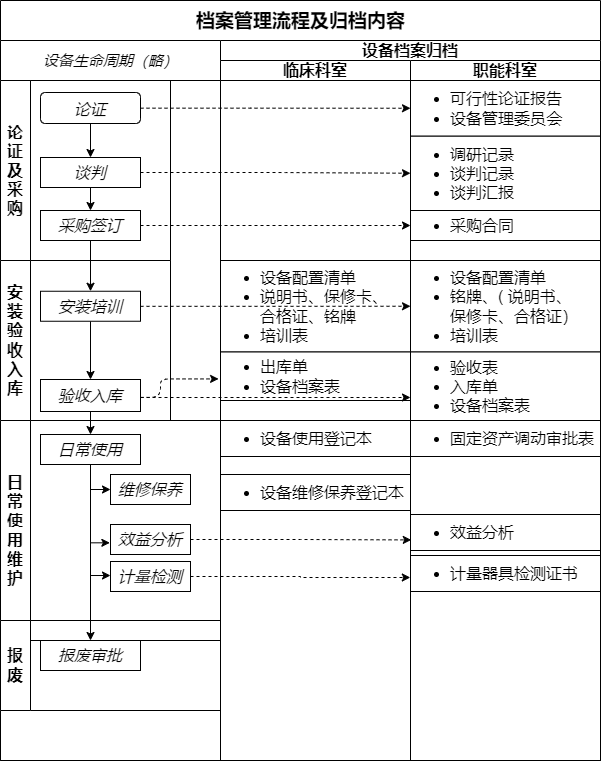
CN-DXTZ/CLRS keeps this draw.io diagram as 档案管理流程.png. Above is the earlier version. Source tidied: cells renumbered, new cells last; positions are measured from the earlier drawing's top-left corner, leaving out a move shared by most shapes.
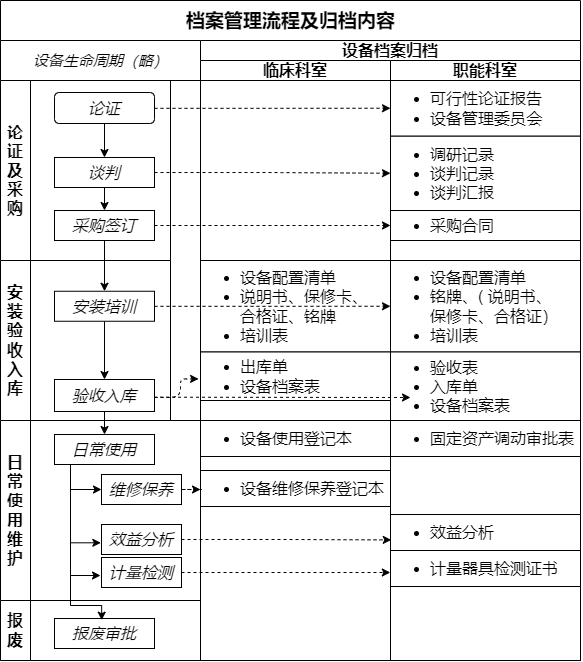
The same diagram one commit later.

Commit message:
更新档案管理流程.png

Change to the diagram source:
```diff
@@ -3,7 +3,7 @@
     <mxCell id="0" />
     <mxCell id="1" parent="0" />
     <mxCell id="2" value="&lt;font style=&quot;font-size: 19px;&quot;&gt;档案管理流程及归档内容&lt;/font&gt;" style="swimlane;html=1;startSize=40;rounded=0;shadow=0;labelBackgroundColor=none;strokeWidth=1;fontFamily=Verdana;fontSize=16;align=center;" parent="1" vertex="1">
-      <mxGeometry width="600" height="760" as="geometry" />
+      <mxGeometry width="580" height="660" as="geometry" />
     </mxCell>
     <mxCell id="3" style="edgeStyle=orthogonalEdgeStyle;rounded=1;jettySize=auto;html=1;entryX=0;entryY=0.5;entryDx=0;entryDy=0;dashed=1;fontSize=16;" parent="2" edge="1" source="8" target="37">
       <mxGeometry relative="1" as="geometry" />
@@ -12,16 +12,16 @@
       <mxGeometry relative="1" as="geometry" />
     </mxCell>
     <mxCell id="5" value="设备生命周期（略）" style="swimlane;html=1;startSize=40;align=center;fontSize=15;fontStyle=2;" parent="2" vertex="1">
-      <mxGeometry y="40" width="220" height="720" as="geometry" />
+      <mxGeometry y="40" width="200" height="620" as="geometry" />
     </mxCell>
     <mxCell id="6" value="&lt;p class=&quot;MsoNormal&quot; style=&quot;font-size: 16px;&quot;&gt;论证及采购&lt;/p&gt;" style="swimlane;whiteSpace=wrap;html=1;startSize=30;direction=north;fontSize=16;" parent="5" vertex="1">
       <mxGeometry y="40" width="170" height="180" as="geometry" />
     </mxCell>
     <mxCell id="7" value="论证" style="rounded=1;whiteSpace=wrap;html=1;shadow=0;labelBackgroundColor=none;strokeWidth=1;fontFamily=Verdana;fontSize=16;align=center;verticalAlign=middle;fontStyle=2;" parent="6" vertex="1">
-      <mxGeometry x="40" y="12" width="100" height="31" as="geometry" />
+      <mxGeometry x="54" y="12" width="100" height="31" as="geometry" />
     </mxCell>
     <mxCell id="8" value="谈判&lt;br style=&quot;font-size: 16px;&quot;&gt;" style="rounded=0;whiteSpace=wrap;html=1;fontSize=16;fontStyle=2;" parent="6" vertex="1">
-      <mxGeometry x="40" y="77" width="100" height="30" as="geometry" />
+      <mxGeometry x="54" y="77" width="100" height="30" as="geometry" />
     </mxCell>
     <mxCell id="9" style="edgeStyle=orthogonalEdgeStyle;rounded=0;orthogonalLoop=1;jettySize=auto;html=1;exitX=0.5;exitY=1;exitDx=0;exitDy=0;fontSize=16;" parent="6" edge="1" source="8" target="8">
       <mxGeometry relative="1" as="geometry" />
@@ -30,7 +30,7 @@
       <mxGeometry relative="1" as="geometry" />
     </mxCell>
     <mxCell id="11" value="采购签订" style="rounded=0;whiteSpace=wrap;html=1;fontSize=16;fontStyle=2;" parent="6" vertex="1">
-      <mxGeometry x="40" y="130" width="100" height="30" as="geometry" />
+      <mxGeometry x="54" y="130" width="100" height="30" as="geometry" />
     </mxCell>
     <mxCell id="12" style="edgeStyle=orthogonalEdgeStyle;rounded=0;jettySize=auto;html=1;entryX=0.5;entryY=0;entryDx=0;entryDy=0;fontSize=16;" parent="6" edge="1" source="8" target="11">
       <mxGeometry relative="1" as="geometry" />
@@ -42,59 +42,73 @@
       <mxGeometry relative="1" as="geometry" />
     </mxCell>
     <mxCell id="15" value="安装培训" style="rounded=0;whiteSpace=wrap;html=1;fontSize=16;fontStyle=2;" parent="13" vertex="1">
-      <mxGeometry x="40" y="30.8" width="100" height="30" as="geometry" />
+      <mxGeometry x="54" y="30.8" width="100" height="30" as="geometry" />
     </mxCell>
     <mxCell id="16" value="验收入库" style="rounded=0;whiteSpace=wrap;html=1;fontSize=16;fontStyle=2;" parent="13" vertex="1">
-      <mxGeometry x="40" y="119" width="100" height="32" as="geometry" />
+      <mxGeometry x="54" y="119" width="100" height="32" as="geometry" />
     </mxCell>
     <mxCell id="17" style="edgeStyle=orthogonalEdgeStyle;rounded=0;jettySize=auto;html=1;fontSize=16;" parent="5" edge="1" source="11" target="15">
       <mxGeometry relative="1" as="geometry" />
     </mxCell>
     <mxCell id="18" value="&lt;p class=&quot;MsoNormal&quot; style=&quot;font-size: 16px;&quot;&gt;日常使用维护&lt;/p&gt;" style="swimlane;whiteSpace=wrap;html=1;direction=north;startSize=30;fontSize=16;" parent="5" vertex="1">
-      <mxGeometry y="380" width="220" height="220" as="geometry" />
+      <mxGeometry y="380" width="200" height="180" as="geometry" />
     </mxCell>
     <mxCell id="19" style="edgeStyle=orthogonalEdgeStyle;rounded=0;jettySize=auto;html=1;entryX=0;entryY=0.5;entryDx=0;entryDy=0;" parent="18" edge="1" source="22" target="25">
-      <mxGeometry relative="1" as="geometry" />
+      <mxGeometry relative="1" as="geometry">
+        <Array as="points">
+          <mxPoint x="70" y="69" />
+        </Array>
+      </mxGeometry>
     </mxCell>
     <mxCell id="20" style="edgeStyle=orthogonalEdgeStyle;rounded=0;jettySize=auto;html=1;entryX=-0.008;entryY=0.61;entryDx=0;entryDy=0;entryPerimeter=0;" parent="18" edge="1" source="22" target="23">
-      <mxGeometry relative="1" as="geometry" />
+      <mxGeometry relative="1" as="geometry">
+        <Array as="points">
+          <mxPoint x="70" y="122" />
+        </Array>
+      </mxGeometry>
     </mxCell>
-    <mxCell id="21" style="edgeStyle=orthogonalEdgeStyle;rounded=0;jettySize=auto;html=1;entryX=0;entryY=0.467;entryDx=0;entryDy=0;entryPerimeter=0;" parent="18" edge="1" source="22" target="24">
-      <mxGeometry relative="1" as="geometry">
-        <Array as="points">
-          <mxPoint x="90" y="155" />
-        </Array>
-      </mxGeometry>
-    </mxCell>
+    <mxCell id="51" style="edgeStyle=orthogonalEdgeStyle;rounded=0;jettySize=auto;html=1;" parent="18" edge="1" source="22">
+      <mxGeometry relative="1" as="geometry">
+        <mxPoint x="100" y="155" as="targetPoint" />
+        <Array as="points">
+          <mxPoint x="70" y="155" />
+        </Array>
+      </mxGeometry>
+    </mxCell>
     <mxCell id="22" value="日常使用" style="rounded=0;whiteSpace=wrap;html=1;fontSize=16;fontStyle=2;" parent="18" vertex="1">
-      <mxGeometry x="40" y="14" width="100" height="30" as="geometry" />
+      <mxGeometry x="54" y="14" width="100" height="30" as="geometry" />
     </mxCell>
     <mxCell id="23" value="效益分析" style="rounded=0;whiteSpace=wrap;html=1;fontSize=16;fontStyle=2;" parent="18" vertex="1">
-      <mxGeometry x="110" y="104" width="80" height="30" as="geometry" />
+      <mxGeometry x="101" y="104" width="80" height="30" as="geometry" />
     </mxCell>
     <mxCell id="24" value="计量检测" style="rounded=0;whiteSpace=wrap;html=1;fontSize=16;fontStyle=2;" parent="18" vertex="1">
-      <mxGeometry x="110" y="141" width="80" height="30" as="geometry" />
+      <mxGeometry x="101" y="137" width="80" height="30" as="geometry" />
     </mxCell>
     <mxCell id="25" value="维修保养" style="rounded=0;whiteSpace=wrap;html=1;fontSize=16;fontStyle=2;" parent="18" vertex="1">
-      <mxGeometry x="110" y="54" width="80" height="30" as="geometry" />
+      <mxGeometry x="101" y="54" width="80" height="30" as="geometry" />
     </mxCell>
     <mxCell id="26" style="edgeStyle=orthogonalEdgeStyle;rounded=0;jettySize=auto;html=1;fontSize=16;entryX=0.5;entryY=0;entryDx=0;entryDy=0;" parent="5" edge="1" source="16" target="22">
       <mxGeometry relative="1" as="geometry" />
     </mxCell>
     <mxCell id="27" value="报废" style="swimlane;whiteSpace=wrap;html=1;direction=north;startSize=30;fontSize=16;" parent="5" vertex="1">
-      <mxGeometry y="580" width="220" height="90" as="geometry" />
+      <mxGeometry y="560" width="200" height="60" as="geometry" />
     </mxCell>
     <mxCell id="28" value="报废审批" style="rounded=0;whiteSpace=wrap;html=1;fontSize=16;fontStyle=2;" parent="27" vertex="1">
-      <mxGeometry x="40" y="20" width="100" height="30" as="geometry" />
+      <mxGeometry x="54" y="18" width="100" height="30" as="geometry" />
     </mxCell>
-    <mxCell id="29" style="edgeStyle=orthogonalEdgeStyle;rounded=0;jettySize=auto;html=1;fontSize=16;entryX=0.5;entryY=0;entryDx=0;entryDy=0;" parent="5" edge="1" source="22" target="28">
-      <mxGeometry relative="1" as="geometry" />
+    <mxCell id="29" style="edgeStyle=orthogonalEdgeStyle;rounded=0;jettySize=auto;html=1;fontSize=16;entryX=0.472;entryY=0.056;entryDx=0;entryDy=0;entryPerimeter=0;" parent="5" edge="1" source="22" target="28">
+      <mxGeometry relative="1" as="geometry">
+        <Array as="points">
+          <mxPoint x="70" y="565" />
+          <mxPoint x="101" y="565" />
+        </Array>
+      </mxGeometry>
     </mxCell>
     <mxCell id="30" value="设备档案归档" style="swimlane;whiteSpace=wrap;html=1;startSize=20;fontSize=16;" parent="2" vertex="1">
-      <mxGeometry x="220" y="40" width="380" height="720" as="geometry" />
+      <mxGeometry x="200" y="40" width="380" height="620" as="geometry" />
     </mxCell>
     <mxCell id="31" value="临床科室" style="swimlane;whiteSpace=wrap;html=1;startSize=20;fontSize=16;" parent="30" vertex="1">
-      <mxGeometry y="20" width="190" height="700" as="geometry" />
+      <mxGeometry y="20" width="190" height="600" as="geometry" />
     </mxCell>
     <mxCell id="32" value="&lt;p class=&quot;MsoNormal&quot; style=&quot;font-size: 16px;&quot;&gt;&lt;/p&gt;&lt;div style=&quot;font-size: 16px;&quot;&gt;&lt;div style=&quot;font-size: 16px;&quot;&gt;&lt;ul style=&quot;font-size: 16px;&quot;&gt;&lt;li style=&quot;font-size: 16px;&quot;&gt;设备配置清单&lt;/li&gt;&lt;li style=&quot;font-size: 16px;&quot;&gt;说明书、保修卡、&amp;nbsp; 合格证、铭牌&lt;/li&gt;&lt;li style=&quot;font-size: 16px;&quot;&gt;培训表&lt;/li&gt;&lt;/ul&gt;&lt;/div&gt;&lt;/div&gt;&lt;p style=&quot;font-size: 16px;&quot;&gt;&lt;/p&gt;" style="rounded=0;whiteSpace=wrap;html=1;fontSize=16;spacing=0;align=left;" parent="31" vertex="1">
       <mxGeometry y="200" width="190" height="91.5" as="geometry" />
@@ -103,13 +117,13 @@
       <mxGeometry y="291.5" width="190" height="48.5" as="geometry" />
     </mxCell>
     <mxCell id="34" value="&lt;p class=&quot;MsoNormal&quot; style=&quot;font-size: 16px;&quot;&gt;&lt;/p&gt;&lt;div style=&quot;font-size: 16px;&quot;&gt;&lt;ul style=&quot;font-size: 16px;&quot;&gt;&lt;li style=&quot;font-size: 16px;&quot;&gt;&lt;span style=&quot;background-color: initial; font-size: 16px;&quot;&gt;设备维修保养登记本&lt;/span&gt;&lt;br style=&quot;font-size: 16px;&quot;&gt;&lt;/li&gt;&lt;/ul&gt;&lt;/div&gt;&lt;p style=&quot;font-size: 16px;&quot;&gt;&lt;/p&gt;" style="rounded=0;whiteSpace=wrap;html=1;fontSize=16;spacing=0;align=left;" parent="31" vertex="1">
-      <mxGeometry y="414" width="190" height="36" as="geometry" />
+      <mxGeometry y="410" width="190" height="36" as="geometry" />
     </mxCell>
     <mxCell id="35" value="&lt;p class=&quot;MsoNormal&quot; style=&quot;font-size: 16px;&quot;&gt;&lt;/p&gt;&lt;div style=&quot;font-size: 16px;&quot;&gt;&lt;ul style=&quot;font-size: 16px;&quot;&gt;&lt;li style=&quot;border-color: var(--border-color);&quot;&gt;设备使用登记本&lt;/li&gt;&lt;/ul&gt;&lt;/div&gt;&lt;p style=&quot;font-size: 16px;&quot;&gt;&lt;/p&gt;" style="rounded=0;whiteSpace=wrap;html=1;fontSize=16;spacing=0;align=left;" parent="31" vertex="1">
       <mxGeometry y="360" width="190" height="36" as="geometry" />
     </mxCell>
     <mxCell id="36" value="职能科室" style="swimlane;whiteSpace=wrap;html=1;startSize=20;fontSize=16;" parent="30" vertex="1">
-      <mxGeometry x="190" y="20" width="190" height="700" as="geometry" />
+      <mxGeometry x="190" y="20" width="190" height="600" as="geometry" />
     </mxCell>
     <mxCell id="37" value="&lt;p class=&quot;MsoNormal&quot; style=&quot;font-size: 16px;&quot;&gt;&lt;/p&gt;&lt;ul style=&quot;font-size: 16px;&quot;&gt;&lt;li style=&quot;font-size: 16px;&quot;&gt;&lt;span style=&quot;background-color: initial; font-size: 16px;&quot;&gt;调研记录&lt;/span&gt;&lt;/li&gt;&lt;li style=&quot;font-size: 16px;&quot;&gt;&lt;span style=&quot;background-color: initial; font-size: 16px;&quot;&gt;谈判记录&lt;/span&gt;&lt;/li&gt;&lt;li style=&quot;font-size: 16px;&quot;&gt;&lt;span style=&quot;background-color: initial; font-size: 16px;&quot;&gt;谈判汇报&lt;/span&gt;&lt;/li&gt;&lt;/ul&gt;&lt;p style=&quot;font-size: 16px;&quot;&gt;&lt;/p&gt;" style="rounded=0;whiteSpace=wrap;html=1;fontSize=16;spacing=0;align=left;" parent="36" vertex="1">
       <mxGeometry y="75.5" width="190" height="74.5" as="geometry" />
@@ -130,7 +144,7 @@
       <mxGeometry y="454" width="190" height="36" as="geometry" />
     </mxCell>
     <mxCell id="43" value="&lt;p class=&quot;MsoNormal&quot; style=&quot;font-size: 16px;&quot;&gt;&lt;/p&gt;&lt;div style=&quot;font-size: 16px;&quot;&gt;&lt;div style=&quot;font-size: 16px;&quot;&gt;&lt;ul style=&quot;font-size: 16px;&quot;&gt;&lt;li style=&quot;border-color: var(--border-color);&quot;&gt;计量器具检测证书&lt;/li&gt;&lt;/ul&gt;&lt;/div&gt;&lt;/div&gt;&lt;p style=&quot;font-size: 16px;&quot;&gt;&lt;/p&gt;" style="rounded=0;whiteSpace=wrap;html=1;fontSize=16;spacing=0;align=left;" parent="36" vertex="1">
-      <mxGeometry y="495" width="190" height="36" as="geometry" />
+      <mxGeometry y="490" width="190" height="36" as="geometry" />
     </mxCell>
     <mxCell id="44" value="&lt;p class=&quot;MsoNormal&quot; style=&quot;font-size: 16px;&quot;&gt;&lt;/p&gt;&lt;div style=&quot;font-size: 16px;&quot;&gt;&lt;ul style=&quot;font-size: 16px;&quot;&gt;&lt;li style=&quot;border-color: var(--border-color);&quot;&gt;固定资产调动审批表&lt;/li&gt;&lt;/ul&gt;&lt;/div&gt;&lt;p style=&quot;font-size: 16px;&quot;&gt;&lt;/p&gt;" style="rounded=0;whiteSpace=wrap;html=1;fontSize=16;spacing=0;align=left;" parent="36" vertex="1">
       <mxGeometry y="360" width="190" height="36" as="geometry" />
@@ -145,17 +159,16 @@
     <mxCell id="46" style="edgeStyle=orthogonalEdgeStyle;rounded=1;jettySize=auto;html=1;dashed=1;fontSize=16;entryX=-0.01;entryY=0.555;entryDx=0;entryDy=0;entryPerimeter=0;exitX=1.003;exitY=0.559;exitDx=0;exitDy=0;exitPerimeter=0;" parent="2" edge="1" source="16" target="33">
       <mxGeometry relative="1" as="geometry">
         <Array as="points">
-          <mxPoint x="160" y="397" />
-          <mxPoint x="160" y="378" />
+          <mxPoint x="180" y="397" />
+          <mxPoint x="180" y="378" />
         </Array>
       </mxGeometry>
     </mxCell>
     <mxCell id="47" style="edgeStyle=orthogonalEdgeStyle;rounded=0;jettySize=auto;html=1;dashed=1;fontSize=16;" parent="2" edge="1" source="15" target="40">
       <mxGeometry relative="1" as="geometry" />
     </mxCell>
-    <mxCell id="48" style="edgeStyle=orthogonalEdgeStyle;rounded=1;orthogonalLoop=1;jettySize=auto;html=1;dashed=1;fontSize=16;" parent="2" edge="1">
+    <mxCell id="48" style="edgeStyle=orthogonalEdgeStyle;rounded=1;jettySize=auto;html=1;dashed=1;fontSize=16;exitX=0.995;exitY=0.553;exitDx=0;exitDy=0;exitPerimeter=0;" parent="2" edge="1" source="16">
       <mxGeometry relative="1" as="geometry">
-        <mxPoint x="140" y="397" as="sourcePoint" />
         <mxPoint x="410" y="397" as="targetPoint" />
         <Array as="points">
           <mxPoint x="410" y="397" />
@@ -168,5 +181,10 @@
     <mxCell id="50" style="edgeStyle=orthogonalEdgeStyle;rounded=0;jettySize=auto;html=1;entryX=-0.001;entryY=0.611;entryDx=0;entryDy=0;entryPerimeter=0;dashed=1;" parent="2" edge="1" source="24" target="43">
       <mxGeometry relative="1" as="geometry" />
     </mxCell>
+    <mxCell id="52" style="edgeStyle=orthogonalEdgeStyle;rounded=0;jettySize=auto;html=1;dashed=1;" parent="2" edge="1" source="25">
+      <mxGeometry relative="1" as="geometry">
+        <mxPoint x="200" y="489" as="targetPoint" />
+      </mxGeometry>
+    </mxCell>
   </root>
 </mxGraphModel>
```
